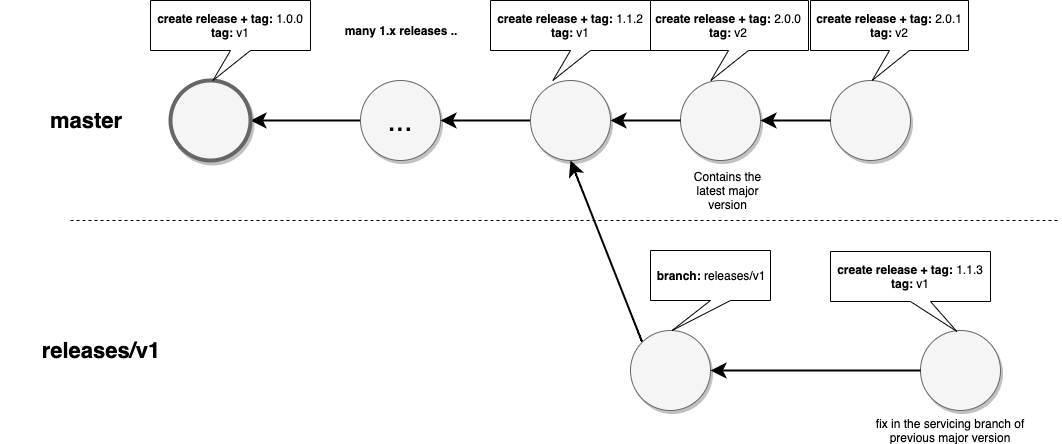
Before: docs/assets/action-releases.png, a diagram exported from draw.io (actions/toolkit). Source tidied: cells renumbered, new cells last; positions are measured from the earlier drawing's top-left corner, leaving out a move shared by most shapes.
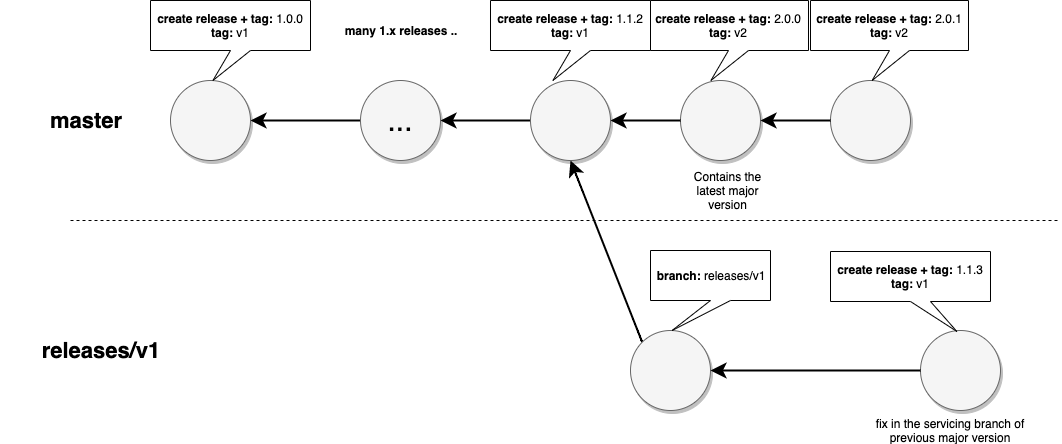
The same diagram one commit later.

Change to the diagram source:
```diff
@@ -10,7 +10,7 @@
         <mxPoint x="570" y="160" as="targetPoint" />
       </mxGeometry>
     </mxCell>
-    <mxCell id="4" style="ellipse;whiteSpace=wrap;html=1;rounded=0;shadow=1;strokeColor=#666666;strokeWidth=4;fontSize=30;align=center;fillColor=#f5f5f5;" parent="1" vertex="1">
+    <mxCell id="4" style="ellipse;whiteSpace=wrap;html=1;rounded=0;shadow=1;strokeColor=#666666;strokeWidth=1;fontSize=30;align=center;fillColor=#f5f5f5;" parent="1" vertex="1">
       <mxGeometry x="170" y="80" width="80" height="80" as="geometry" />
     </mxCell>
     <mxCell id="5" style="edgeStyle=none;curved=1;html=1;startSize=10;endFill=1;endSize=10;strokeWidth=2;fontSize=12;exitX=0;exitY=0.5;exitDx=0;exitDy=0;entryX=1;entryY=0.5;entryDx=0;entryDy=0;" parent="1" edge="1" source="10" target="6">
```
